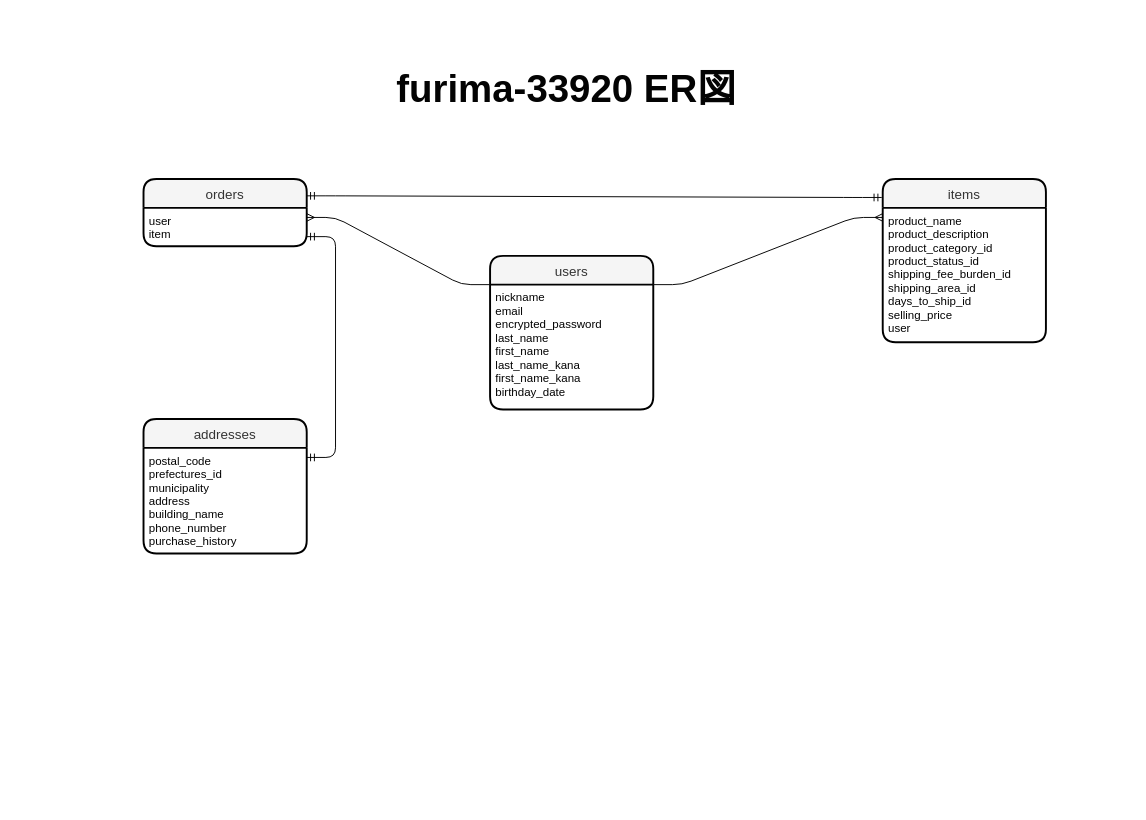
Above: furima-33920.dio in HasuikeTadakatsu/furima-33920 (draw.io), before the change. Source tidied: cells renumbered, new cells numbered last; positions are measured from the earlier drawing's top-left corner, leaving out a move shared by most shapes. Both pictures are drawn from the tidied source at 96%, with x=0, y=0 at pixel (16, 16).
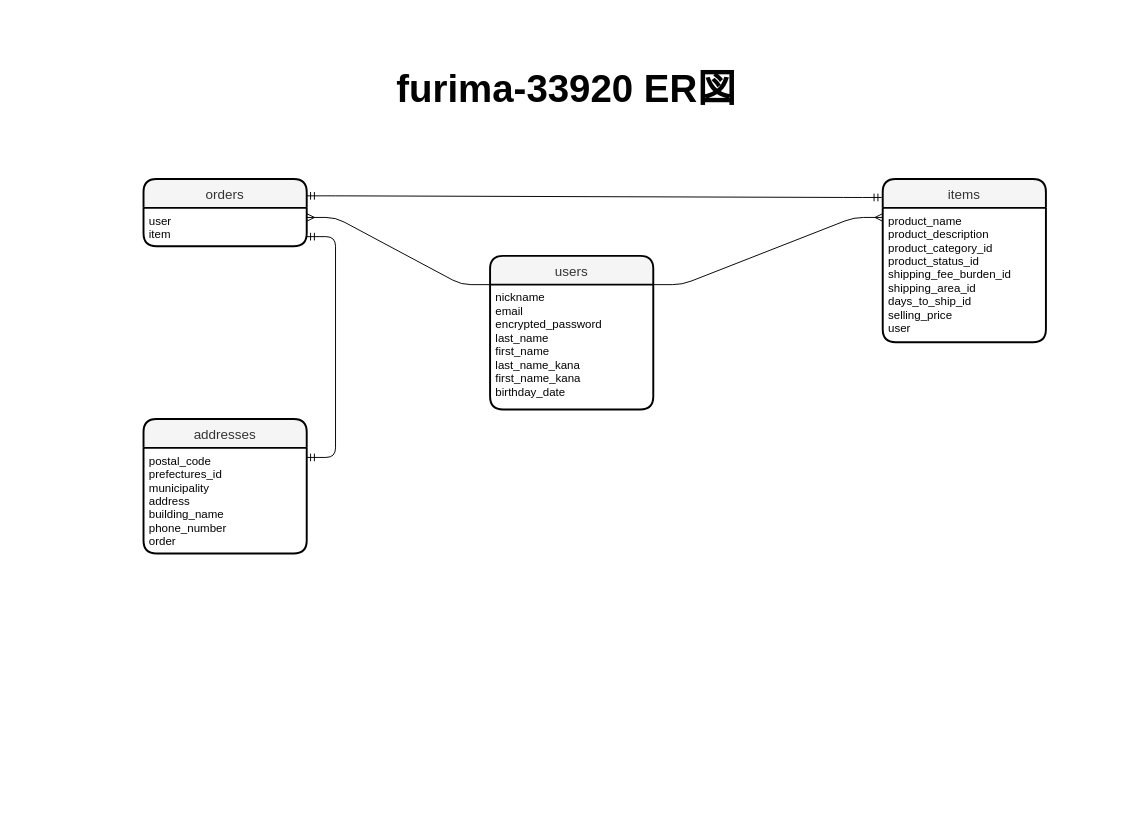
The same diagram, later.

Commit message (it also covers changes not shown here):
図面修正&作成したクラスでActiveModel::Modelを呼び出す

The edit, as a diff of the source:
```diff
@@
 <mxGraphModel background="#FFFFFF">
   <root>
     <mxCell id="0" />
     <mxCell id="1" parent="0" />
     <mxCell id="2" style="shape=ext;double=1;rounded=0;whiteSpace=wrap;html=1;labelBackgroundColor=none;fontColor=#333333;strokeColor=none;fillColor=#FFFFFF;" parent="1" vertex="1">
       <mxGeometry width="1160" height="820" as="geometry" />
     </mxCell>
     <mxCell id="3" value="items" style="swimlane;horizontal=1;startSize=30;rounded=1;fontSize=14;fontStyle=0;strokeWidth=2;shadow=0;dashed=0;align=center;labelBackgroundColor=none;fillColor=#f5f5f5;fontColor=#333333;strokeColor=#000000;" parent="1" vertex="1">
       <mxGeometry x="902" y="169" width="170" height="170" as="geometry" />
     </mxCell>
     <mxCell id="4" value="product_name&#10;product_description&#10;product_category_id&#10;product_status_id&#10;shipping_fee_burden_id&#10;shipping_area_id&#10;days_to_ship_id&#10;selling_price&#10;user" style="align=left;strokeColor=none;fillColor=none;spacingLeft=4;fontSize=12;verticalAlign=top;fontColor=#030303;" parent="3" vertex="1">
       <mxGeometry y="30" width="170" height="140" as="geometry" />
     </mxCell>
     <mxCell id="5" value="&lt;font size=&quot;1&quot;&gt;&lt;b style=&quot;font-size: 40px&quot;&gt;furima-33920 ER図&lt;/b&gt;&lt;/font&gt;" style="text;html=1;strokeColor=none;fillColor=none;align=center;verticalAlign=middle;whiteSpace=wrap;rounded=0;labelBackgroundColor=none;fontColor=#030303;" parent="1" vertex="1">
       <mxGeometry x="380" y="29" width="385" height="90" as="geometry" />
     </mxCell>
     <mxCell id="6" value="orders" style="swimlane;horizontal=1;startSize=30;rounded=1;fontSize=14;fontStyle=0;strokeWidth=2;shadow=0;dashed=0;align=center;labelBackgroundColor=none;fillColor=#f5f5f5;fontColor=#333333;strokeColor=#000000;" parent="1" vertex="1">
       <mxGeometry x="132" y="169" width="170" height="70" as="geometry" />
     </mxCell>
     <mxCell id="7" value="user&#10;item" style="align=left;strokeColor=none;fillColor=none;spacingLeft=4;fontSize=12;verticalAlign=top;fontColor=#030303;" parent="6" vertex="1">
       <mxGeometry y="30" width="170" height="40" as="geometry" />
     </mxCell>
     <mxCell id="8" value="addresses" style="swimlane;horizontal=1;startSize=30;rounded=1;fontSize=14;fontStyle=0;strokeWidth=2;shadow=0;dashed=0;align=center;labelBackgroundColor=none;fillColor=#f5f5f5;fontColor=#333333;strokeColor=#000000;" parent="1" vertex="1">
       <mxGeometry x="132" y="419" width="170" height="140" as="geometry" />
     </mxCell>
-    <mxCell id="9" value="postal_code&#10;prefectures_id&#10;municipality&#10;address&#10;building_name&#10;phone_number&#10;purchase_history" style="align=left;strokeColor=none;fillColor=none;spacingLeft=4;fontSize=12;verticalAlign=top;fontColor=#030303;" parent="8" vertex="1">
+    <mxCell id="9" value="postal_code&#10;prefectures_id&#10;municipality&#10;address&#10;building_name&#10;phone_number&#10;order" style="align=left;strokeColor=none;fillColor=none;spacingLeft=4;fontSize=12;verticalAlign=top;fontColor=#030303;" parent="8" vertex="1">
       <mxGeometry y="30" width="170" height="110" as="geometry" />
     </mxCell>
     <mxCell id="10" value="users" style="swimlane;horizontal=1;startSize=30;rounded=1;fontSize=14;fontStyle=0;strokeWidth=2;shadow=0;dashed=0;align=center;labelBackgroundColor=none;fillColor=#f5f5f5;fontColor=#333333;strokeColor=#000000;" parent="1" vertex="1">
       <mxGeometry x="493" y="249" width="170" height="160" as="geometry" />
     </mxCell>
     <mxCell id="11" value="nickname&#10;email&#10;encrypted_password&#10;last_name&#10;first_name&#10;last_name_kana&#10;first_name_kana&#10;birthday_date" style="align=left;strokeColor=none;fillColor=none;spacingLeft=4;fontSize=12;verticalAlign=top;fontColor=#030303;" parent="10" vertex="1">
       <mxGeometry y="30" width="170" height="130" as="geometry" />
     </mxCell>
     <mxCell id="12" style="edgeStyle=entityRelationEdgeStyle;fontSize=12;html=1;endArrow=ERmandOne;startArrow=ERmandOne;strokeColor=#000000;entryX=1;entryY=0.75;entryDx=0;entryDy=0;" parent="1" edge="1" target="7">
       <mxGeometry relative="1" as="geometry">
         <mxPoint x="302" y="459" as="sourcePoint" />
       </mxGeometry>
     </mxCell>
     <mxCell id="13" style="edgeStyle=entityRelationEdgeStyle;fontSize=12;html=1;endArrow=ERmandOne;startArrow=ERmandOne;strokeColor=#000000;exitX=1;exitY=0.25;exitDx=0;exitDy=0;entryX=-0.006;entryY=0.113;entryDx=0;entryDy=0;entryPerimeter=0;" parent="1" edge="1" source="6" target="3">
       <mxGeometry relative="1" as="geometry" />
     </mxCell>
     <mxCell id="14" style="edgeStyle=entityRelationEdgeStyle;fontSize=12;html=1;endArrow=ERmany;strokeColor=#000000;exitX=0;exitY=0;exitDx=0;exitDy=0;entryX=1;entryY=0.25;entryDx=0;entryDy=0;" parent="1" edge="1" source="11" target="7">
       <mxGeometry relative="1" as="geometry" />
     </mxCell>
     <mxCell id="15" style="edgeStyle=entityRelationEdgeStyle;fontSize=12;html=1;endArrow=ERmany;strokeColor=#000000;exitX=1;exitY=0;exitDx=0;exitDy=0;" parent="1" edge="1" source="11">
       <mxGeometry relative="1" as="geometry">
         <mxPoint x="902" y="209" as="targetPoint" />
       </mxGeometry>
     </mxCell>
   </root>
 </mxGraphModel>
```
